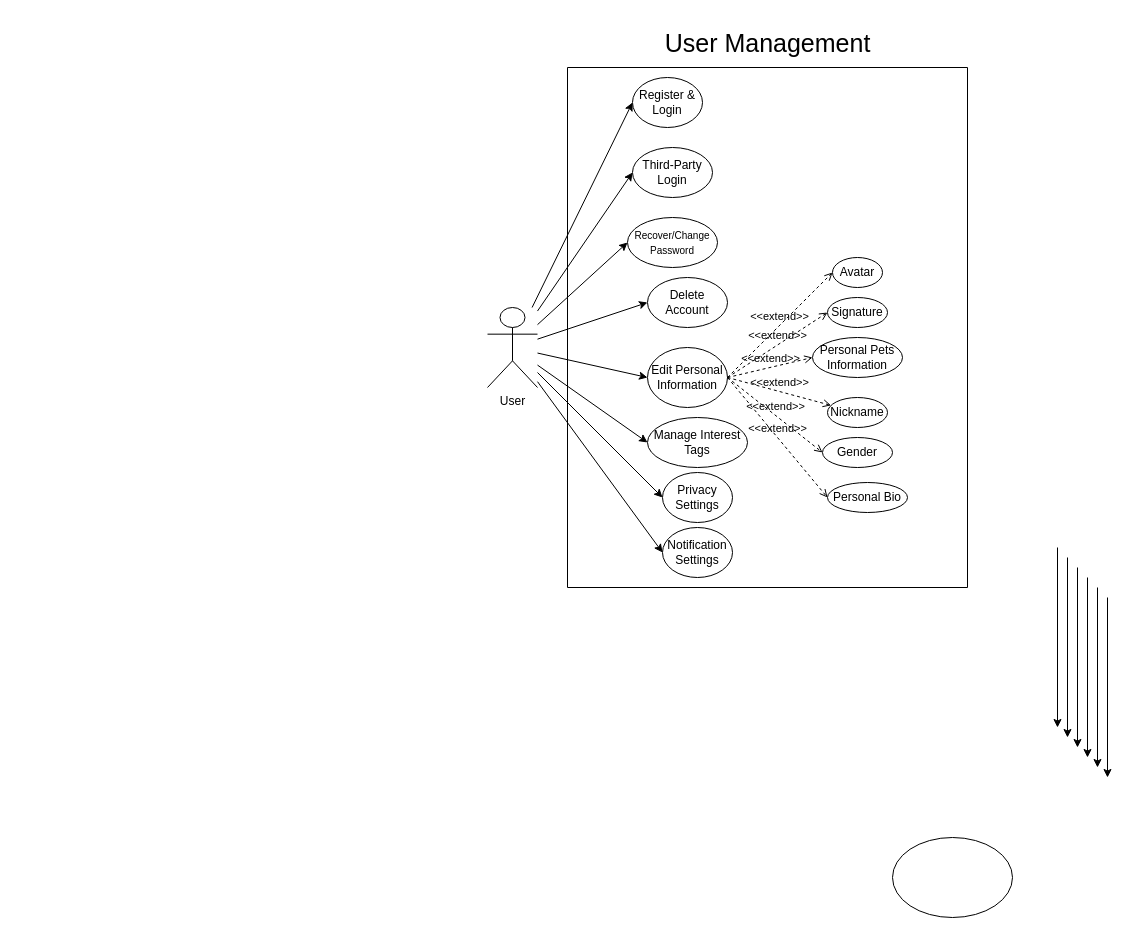
Above: 用例图.drawio in Beaulol/drawUseCase (draw.io), before the change. Source tidied: cells renumbered, new cells numbered last; positions are measured from the earlier drawing's top-left corner, leaving out a move shared by most shapes. Both pictures are drawn from the tidied source at 100%, with x=0, y=0 at pixel (487, 22).
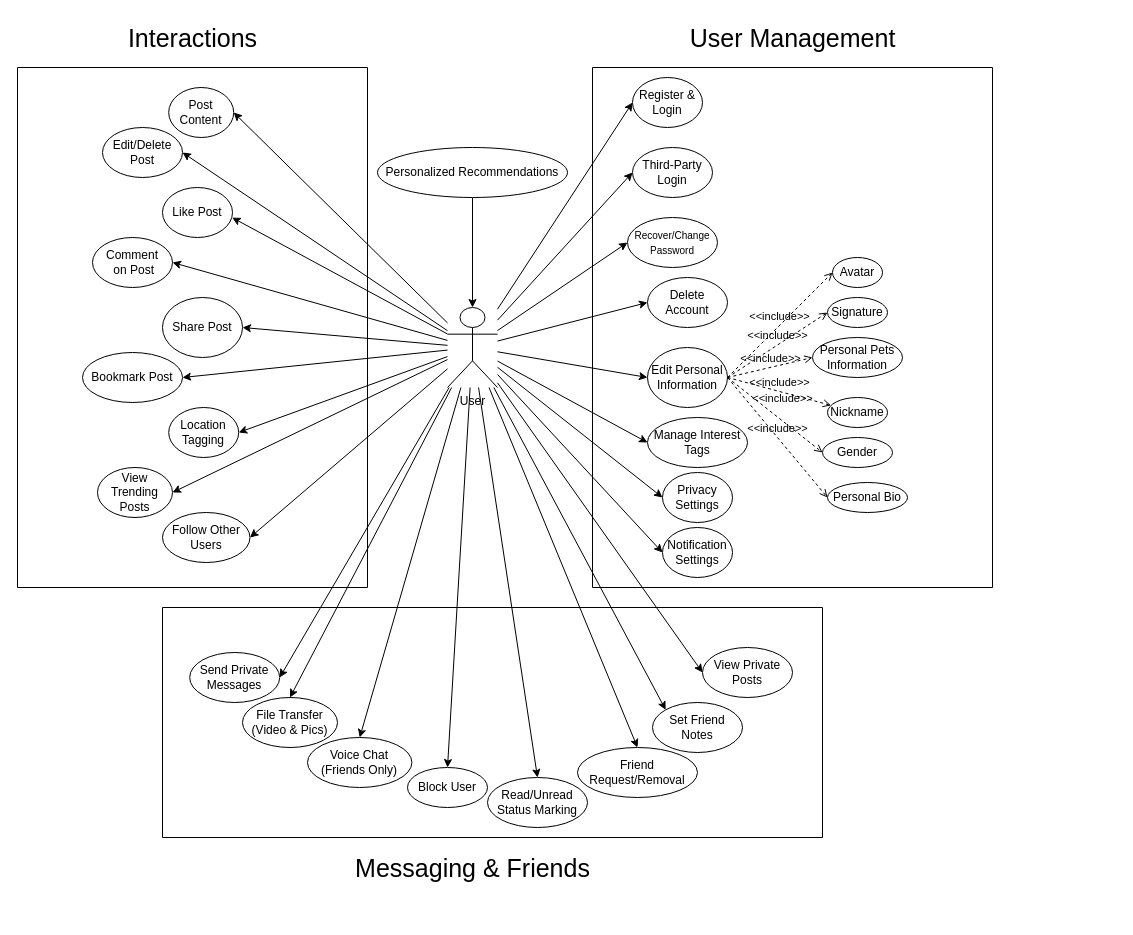
The same diagram, later.

Commit message:
更新用例图.drawio

The change refers to these unchanged cells:
```xml
<mxCell id="14" value="Edit Personal Information" style="ellipse;whiteSpace=wrap;html=1;" parent="1" vertex="1">
  <mxGeometry x="160" y="325" width="80" height="60" as="geometry" />
</mxCell>
<mxCell id="18" value="Nickname" style="ellipse;whiteSpace=wrap;html=1;" parent="1" vertex="1">
  <mxGeometry x="340" y="375" width="60" height="30" as="geometry" />
</mxCell>
<mxCell id="19" value="Avatar" style="ellipse;whiteSpace=wrap;html=1;" parent="1" vertex="1">
  <mxGeometry x="345" y="235" width="50" height="30" as="geometry" />
</mxCell>
<mxCell id="23" value="Signature" style="ellipse;whiteSpace=wrap;html=1;" parent="1" vertex="1">
  <mxGeometry x="340" y="275" width="60" height="30" as="geometry" />
</mxCell>
<mxCell id="24" value="Personal Pets Information" style="ellipse;whiteSpace=wrap;html=1;" parent="1" vertex="1">
  <mxGeometry x="325" y="315" width="90" height="40" as="geometry" />
</mxCell>
<mxCell id="26" value="Gender" style="ellipse;whiteSpace=wrap;html=1;" parent="1" vertex="1">
  <mxGeometry x="335" y="415" width="70" height="30" as="geometry" />
</mxCell>
<mxCell id="36" value="Personal Bio" style="ellipse;whiteSpace=wrap;html=1;" parent="1" vertex="1">
  <mxGeometry x="340" y="460" width="80" height="30" as="geometry" />
</mxCell>
```

What changed in the source:
```diff
@@
     <mxCell id="2" value="User&lt;div&gt;&lt;br&gt;&lt;/div&gt;" style="shape=umlActor;html=1;verticalLabelPosition=bottom;verticalAlign=top;align=center;" parent="1" vertex="1">
-      <mxGeometry y="285" width="50" height="80" as="geometry" />
+      <mxGeometry x="-40" y="285" width="50" height="80" as="geometry" />
     </mxCell>
-    <mxCell id="3" style="ellipse;whiteSpace=wrap;html=1;" parent="1" vertex="1">
-      <mxGeometry x="405" y="815" width="120" height="80" as="geometry" />
-    </mxCell>
@@
-    <mxCell id="5" style="edgeStyle=orthogonalEdgeStyle;rounded=0;orthogonalLoop=1;jettySize=auto;html=1;exitX=0.5;exitY=0.5;exitDx=0;exitDy=0;exitPerimeter=0;" parent="1" edge="1">
-      <mxGeometry relative="1" as="geometry">
-        <mxPoint x="570" y="525" as="sourcePoint" />
-        <mxPoint x="570" y="705" as="targetPoint" />
-      </mxGeometry>
-    </mxCell>
-    <mxCell id="6" style="edgeStyle=orthogonalEdgeStyle;rounded=0;orthogonalLoop=1;jettySize=auto;html=1;exitX=0.5;exitY=0.5;exitDx=0;exitDy=0;exitPerimeter=0;" parent="1" edge="1">
-      <mxGeometry relative="1" as="geometry">
-        <mxPoint x="580" y="535" as="sourcePoint" />
-        <mxPoint x="580" y="715" as="targetPoint" />
-      </mxGeometry>
-    </mxCell>
-    <mxCell id="7" style="edgeStyle=orthogonalEdgeStyle;rounded=0;orthogonalLoop=1;jettySize=auto;html=1;exitX=0.5;exitY=0.5;exitDx=0;exitDy=0;exitPerimeter=0;" parent="1" edge="1">
-      <mxGeometry relative="1" as="geometry">
-        <mxPoint x="590" y="545" as="sourcePoint" />
-        <mxPoint x="590" y="725" as="targetPoint" />
-      </mxGeometry>
-    </mxCell>
-    <mxCell id="8" style="edgeStyle=orthogonalEdgeStyle;rounded=0;orthogonalLoop=1;jettySize=auto;html=1;exitX=0.5;exitY=0.5;exitDx=0;exitDy=0;exitPerimeter=0;" parent="1" edge="1">
-      <mxGeometry relative="1" as="geometry">
-        <mxPoint x="600" y="555" as="sourcePoint" />
-        <mxPoint x="600" y="735" as="targetPoint" />
-      </mxGeometry>
-    </mxCell>
-    <mxCell id="9" style="edgeStyle=orthogonalEdgeStyle;rounded=0;orthogonalLoop=1;jettySize=auto;html=1;exitX=0.5;exitY=0.5;exitDx=0;exitDy=0;exitPerimeter=0;" parent="1" edge="1">
-      <mxGeometry relative="1" as="geometry">
-        <mxPoint x="610" y="565" as="sourcePoint" />
-        <mxPoint x="610" y="745" as="targetPoint" />
-      </mxGeometry>
-    </mxCell>
-    <mxCell id="10" style="edgeStyle=orthogonalEdgeStyle;rounded=0;orthogonalLoop=1;jettySize=auto;html=1;exitX=0.5;exitY=0.5;exitDx=0;exitDy=0;exitPerimeter=0;" parent="1" edge="1">
-      <mxGeometry relative="1" as="geometry">
-        <mxPoint x="620" y="575" as="sourcePoint" />
-        <mxPoint x="620" y="755" as="targetPoint" />
-      </mxGeometry>
-    </mxCell>
@@
     <mxCell id="12" style="verticalLabelPosition=bottom;verticalAlign=top;html=1;shape=mxgraph.basic.rect;fillColor2=none;strokeWidth=1;size=20;indent=5;fillColor=none;" parent="1" vertex="1">
-      <mxGeometry x="80" y="45" width="400" height="520" as="geometry" />
+      <mxGeometry x="105" y="45" width="400" height="520" as="geometry" />
     </mxCell>
     <mxCell id="13" value="&lt;font style=&quot;font-size: 25px;&quot;&gt;User Management&lt;/font&gt;" style="text;html=1;align=center;verticalAlign=middle;strokeColor=none;fillColor=none;" parent="1" vertex="1">
-      <mxGeometry x="165" width="230" height="40" as="geometry" />
+      <mxGeometry x="190" y="-5" width="230" height="40" as="geometry" />
     </mxCell>
@@
-    <mxCell id="17" value="&amp;lt;&amp;lt;extend&amp;gt;&amp;gt;" style="html=1;verticalAlign=bottom;labelBackgroundColor=none;endArrow=open;endFill=0;dashed=1;rounded=0;exitX=1;exitY=0.5;exitDx=0;exitDy=0;" parent="1" edge="1" source="14" target="18">
+    <mxCell id="17" value="&amp;lt;&amp;lt;include&amp;gt;&amp;gt;" style="html=1;verticalAlign=bottom;labelBackgroundColor=none;endArrow=open;endFill=0;dashed=1;rounded=0;exitX=1;exitY=0.5;exitDx=0;exitDy=0;" parent="1" edge="1" source="14" target="18">
       <mxGeometry relative="1" as="geometry" />
     </mxCell>
@@
-    <mxCell id="20" value="&amp;lt;&amp;lt;extend&amp;gt;&amp;gt;" style="html=1;verticalAlign=bottom;labelBackgroundColor=none;endArrow=open;endFill=0;dashed=1;rounded=0;exitX=1;exitY=0.5;exitDx=0;exitDy=0;entryX=0;entryY=0.5;entryDx=0;entryDy=0;" parent="1" edge="1" source="14" target="23">
+    <mxCell id="20" value="&amp;lt;&amp;lt;include&amp;gt;&amp;gt;" style="html=1;verticalAlign=bottom;labelBackgroundColor=none;endArrow=open;endFill=0;dashed=1;rounded=0;exitX=1;exitY=0.5;exitDx=0;exitDy=0;entryX=0;entryY=0.5;entryDx=0;entryDy=0;" parent="1" edge="1" source="14" target="23">
       <mxGeometry relative="1" as="geometry" />
     </mxCell>
-    <mxCell id="21" value="&amp;lt;&amp;lt;extend&amp;gt;&amp;gt;" style="html=1;verticalAlign=bottom;labelBackgroundColor=none;endArrow=open;endFill=0;dashed=1;rounded=0;entryX=0;entryY=0.5;entryDx=0;entryDy=0;exitX=1;exitY=0.5;exitDx=0;exitDy=0;" parent="1" edge="1" source="14" target="24">
+    <mxCell id="21" value="&amp;lt;&amp;lt;include&amp;gt;&amp;gt;" style="html=1;verticalAlign=bottom;labelBackgroundColor=none;endArrow=open;endFill=0;dashed=1;rounded=0;entryX=0;entryY=0.5;entryDx=0;entryDy=0;exitX=1;exitY=0.5;exitDx=0;exitDy=0;" parent="1" edge="1" source="14" target="24">
       <mxGeometry relative="1" as="geometry" />
     </mxCell>
-    <mxCell id="22" value="&amp;lt;&amp;lt;extend&amp;gt;&amp;gt;" style="html=1;verticalAlign=bottom;labelBackgroundColor=none;endArrow=open;endFill=0;dashed=1;rounded=0;exitX=1;exitY=0.5;exitDx=0;exitDy=0;entryX=0;entryY=0.5;entryDx=0;entryDy=0;" parent="1" edge="1" source="14" target="19">
+    <mxCell id="22" value="&amp;lt;&amp;lt;include&amp;gt;&amp;gt;" style="html=1;verticalAlign=bottom;labelBackgroundColor=none;endArrow=open;endFill=0;dashed=1;rounded=0;exitX=1;exitY=0.5;exitDx=0;exitDy=0;entryX=0;entryY=0.5;entryDx=0;entryDy=0;" parent="1" edge="1" source="14" target="19">
       <mxGeometry relative="1" as="geometry" />
     </mxCell>
@@
-    <mxCell id="25" value="&amp;lt;&amp;lt;extend&amp;gt;&amp;gt;" style="html=1;verticalAlign=bottom;labelBackgroundColor=none;endArrow=open;endFill=0;dashed=1;rounded=0;entryX=0;entryY=0.5;entryDx=0;entryDy=0;" parent="1" edge="1" target="26">
-      <mxGeometry relative="1" as="geometry">
+    <mxCell id="25" value="&amp;lt;&amp;lt;include&amp;gt;&amp;gt;" style="html=1;verticalAlign=bottom;labelBackgroundColor=none;endArrow=open;endFill=0;dashed=1;rounded=0;entryX=0;entryY=0.5;entryDx=0;entryDy=0;" parent="1" edge="1" target="26">
+      <mxGeometry x="0.02" y="11" relative="1" as="geometry">
         <mxPoint x="240" y="355" as="sourcePoint" />
       </mxGeometry>
     </mxCell>
@@
-    <mxCell id="35" value="&amp;lt;&amp;lt;extend&amp;gt;&amp;gt;" style="html=1;verticalAlign=bottom;labelBackgroundColor=none;endArrow=open;endFill=0;dashed=1;rounded=0;exitX=1;exitY=0.5;exitDx=0;exitDy=0;entryX=0;entryY=0.5;entryDx=0;entryDy=0;" parent="1" edge="1" source="14" target="36">
+    <mxCell id="35" value="&amp;lt;&amp;lt;include&amp;gt;&amp;gt;" style="html=1;verticalAlign=bottom;labelBackgroundColor=none;endArrow=open;endFill=0;dashed=1;rounded=0;exitX=1;exitY=0.5;exitDx=0;exitDy=0;entryX=0;entryY=0.5;entryDx=0;entryDy=0;" parent="1" edge="1" source="14" target="36">
       <mxGeometry relative="1" as="geometry" />
     </mxCell>
@@
+    <mxCell id="40" value="Post Content" style="ellipse;whiteSpace=wrap;html=1;" parent="1" vertex="1">
+      <mxGeometry x="-318.8" y="65" width="65" height="50" as="geometry" />
+    </mxCell>
+    <mxCell id="41" value="Edit/Delete Post" style="ellipse;whiteSpace=wrap;html=1;" parent="1" vertex="1">
+      <mxGeometry x="-385" y="105" width="80" height="50" as="geometry" />
+    </mxCell>
+    <mxCell id="42" value="Share Post" style="ellipse;whiteSpace=wrap;html=1;" parent="1" vertex="1">
+      <mxGeometry x="-325" y="275" width="80" height="60" as="geometry" />
+    </mxCell>
+    <mxCell id="43" value="&lt;font&gt;Like Post&lt;/font&gt;" style="ellipse;whiteSpace=wrap;html=1;" parent="1" vertex="1">
+      <mxGeometry x="-325" y="165" width="70" height="50" as="geometry" />
+    </mxCell>
+    <mxCell id="44" value="Comment&lt;div&gt;&amp;nbsp;on Post&lt;/div&gt;" style="ellipse;whiteSpace=wrap;html=1;" parent="1" vertex="1">
+      <mxGeometry x="-395" y="215" width="80" height="50" as="geometry" />
+    </mxCell>
+    <mxCell id="45" value="Bookmark Post" style="ellipse;whiteSpace=wrap;html=1;" parent="1" vertex="1">
+      <mxGeometry x="-405" y="330" width="100" height="50" as="geometry" />
+    </mxCell>
+    <mxCell id="46" value="Location Tagging" style="ellipse;whiteSpace=wrap;html=1;" parent="1" vertex="1">
+      <mxGeometry x="-318.8" y="385" width="70" height="50" as="geometry" />
+    </mxCell>
+    <mxCell id="47" style="edgeStyle=orthogonalEdgeStyle;rounded=0;jettySize=auto;html=1;" parent="1" edge="1" source="48" target="2">
+      <mxGeometry relative="1" as="geometry" />
+    </mxCell>
+    <mxCell id="48" value="Personalized Recommendations" style="ellipse;whiteSpace=wrap;html=1;" parent="1" vertex="1">
+      <mxGeometry x="-110" y="125" width="190" height="50" as="geometry" />
+    </mxCell>
+    <mxCell id="49" value="View Trending Posts" style="ellipse;whiteSpace=wrap;html=1;" parent="1" vertex="1">
+      <mxGeometry x="-390" y="445" width="75" height="50" as="geometry" />
+    </mxCell>
+    <mxCell id="50" value="Follow Other Users" style="ellipse;whiteSpace=wrap;html=1;" parent="1" vertex="1">
+      <mxGeometry x="-325" y="490" width="87.5" height="50" as="geometry" />
+    </mxCell>
+    <mxCell id="51" style="endArrow=classic;html=1;rounded=0;entryX=1;entryY=0.5;entryDx=0;entryDy=0;" parent="1" edge="1" source="2" target="50">
+      <mxGeometry relative="1" as="geometry" />
+    </mxCell>
+    <mxCell id="52" style="endArrow=classic;html=1;rounded=0;entryX=1;entryY=0.5;entryDx=0;entryDy=0;" parent="1" edge="1" source="2" target="49">
+      <mxGeometry relative="1" as="geometry" />
+    </mxCell>
+    <mxCell id="53" style="endArrow=classic;html=1;rounded=0;entryX=1;entryY=0.5;entryDx=0;entryDy=0;" parent="1" edge="1" source="2" target="46">
+      <mxGeometry relative="1" as="geometry" />
+    </mxCell>
+    <mxCell id="54" style="endArrow=classic;html=1;rounded=0;entryX=1;entryY=0.5;entryDx=0;entryDy=0;" parent="1" edge="1" source="2" target="45">
+      <mxGeometry relative="1" as="geometry" />
+    </mxCell>
+    <mxCell id="55" style="endArrow=classic;html=1;rounded=0;entryX=1;entryY=0.5;entryDx=0;entryDy=0;" parent="1" edge="1" source="2" target="42">
+      <mxGeometry relative="1" as="geometry" />
+    </mxCell>
+    <mxCell id="56" style="endArrow=classic;html=1;rounded=0;entryX=1;entryY=0.5;entryDx=0;entryDy=0;" parent="1" edge="1" source="2" target="44">
+      <mxGeometry relative="1" as="geometry" />
+    </mxCell>
+    <mxCell id="57" style="endArrow=classic;html=1;rounded=0;entryX=0.995;entryY=0.602;entryDx=0;entryDy=0;entryPerimeter=0;" parent="1" edge="1" source="2" target="43">
+      <mxGeometry relative="1" as="geometry" />
+    </mxCell>
+    <mxCell id="58" style="endArrow=classic;html=1;rounded=0;entryX=1;entryY=0.5;entryDx=0;entryDy=0;" parent="1" edge="1" source="2" target="41">
+      <mxGeometry relative="1" as="geometry" />
+    </mxCell>
+    <mxCell id="59" style="endArrow=classic;html=1;rounded=0;entryX=1;entryY=0.5;entryDx=0;entryDy=0;" parent="1" edge="1" source="2" target="40">
+      <mxGeometry relative="1" as="geometry" />
+    </mxCell>
+    <mxCell id="60" style="verticalLabelPosition=bottom;verticalAlign=top;html=1;shape=mxgraph.basic.rect;fillColor2=none;strokeWidth=1;size=20;indent=5;fillColor=none;" parent="1" vertex="1">
+      <mxGeometry x="-470" y="45" width="350" height="520" as="geometry" />
+    </mxCell>
+    <mxCell id="61" value="Send Private Messages" style="ellipse;whiteSpace=wrap;html=1;" parent="1" vertex="1">
+      <mxGeometry x="-297.8" y="630" width="90" height="50" as="geometry" />
+    </mxCell>
+    <mxCell id="62" value="Voice Chat&lt;div&gt;(Friends Only)&lt;/div&gt;" style="ellipse;whiteSpace=wrap;html=1;" parent="1" vertex="1">
+      <mxGeometry x="-180" y="715" width="104.4" height="50" as="geometry" />
+    </mxCell>
+    <mxCell id="63" value="Block User" style="ellipse;whiteSpace=wrap;html=1;" parent="1" vertex="1">
+      <mxGeometry x="-80" y="745" width="80" height="40" as="geometry" />
+    </mxCell>
+    <mxCell id="64" value="&lt;font&gt;File Transfer&lt;/font&gt;&lt;div&gt;&lt;font&gt;(Video &amp;amp; Pics)&lt;/font&gt;&lt;/div&gt;" style="ellipse;whiteSpace=wrap;html=1;" parent="1" vertex="1">
+      <mxGeometry x="-245" y="675" width="95" height="50" as="geometry" />
+    </mxCell>
+    <mxCell id="65" value="Read/Unread Status Marking" style="ellipse;whiteSpace=wrap;html=1;" parent="1" vertex="1">
+      <mxGeometry y="755" width="100" height="50" as="geometry" />
+    </mxCell>
+    <mxCell id="66" value="Friend Request/Removal" style="ellipse;whiteSpace=wrap;html=1;" parent="1" vertex="1">
+      <mxGeometry x="90" y="725" width="120" height="50" as="geometry" />
+    </mxCell>
+    <mxCell id="67" value="Set Friend Notes" style="ellipse;whiteSpace=wrap;html=1;" parent="1" vertex="1">
+      <mxGeometry x="165" y="680" width="90" height="50" as="geometry" />
+    </mxCell>
+    <mxCell id="68" value="View Private Posts" style="ellipse;whiteSpace=wrap;html=1;" parent="1" vertex="1">
+      <mxGeometry x="215" y="625" width="90" height="50" as="geometry" />
+    </mxCell>
+    <mxCell id="69" value="&lt;font style=&quot;font-size: 25px;&quot;&gt;Interactions&lt;/font&gt;" style="text;html=1;align=center;verticalAlign=middle;strokeColor=none;fillColor=none;" parent="1" vertex="1">
+      <mxGeometry x="-370" y="-5" width="150" height="40" as="geometry" />
+    </mxCell>
+    <mxCell id="70" style="endArrow=classic;html=1;rounded=0;entryX=0.5;entryY=0;entryDx=0;entryDy=0;" parent="1" edge="1" source="2" target="63">
+      <mxGeometry relative="1" as="geometry" />
+    </mxCell>
+    <mxCell id="71" style="endArrow=classic;html=1;rounded=0;entryX=0.5;entryY=0;entryDx=0;entryDy=0;" parent="1" edge="1" source="2" target="65">
+      <mxGeometry relative="1" as="geometry" />
+    </mxCell>
+    <mxCell id="72" style="endArrow=classic;html=1;rounded=0;entryX=0.5;entryY=0;entryDx=0;entryDy=0;" parent="1" edge="1" source="2" target="66">
+      <mxGeometry relative="1" as="geometry" />
+    </mxCell>
+    <mxCell id="73" style="endArrow=classic;html=1;rounded=0;entryX=0;entryY=0;entryDx=0;entryDy=0;" parent="1" edge="1" source="2" target="67">
+      <mxGeometry relative="1" as="geometry" />
+    </mxCell>
+    <mxCell id="74" style="endArrow=classic;html=1;rounded=0;entryX=0;entryY=0.5;entryDx=0;entryDy=0;" parent="1" edge="1" source="2" target="68">
+      <mxGeometry relative="1" as="geometry" />
+    </mxCell>
+    <mxCell id="75" style="endArrow=classic;html=1;rounded=0;entryX=0.5;entryY=0;entryDx=0;entryDy=0;" parent="1" edge="1" source="2" target="64">
+      <mxGeometry relative="1" as="geometry" />
+    </mxCell>
+    <mxCell id="76" style="endArrow=classic;html=1;rounded=0;entryX=1;entryY=0.5;entryDx=0;entryDy=0;" parent="1" edge="1" source="2" target="61">
+      <mxGeometry relative="1" as="geometry" />
+    </mxCell>
+    <mxCell id="77" style="endArrow=classic;html=1;rounded=0;entryX=0.5;entryY=0;entryDx=0;entryDy=0;" parent="1" edge="1" source="2" target="62">
+      <mxGeometry relative="1" as="geometry" />
+    </mxCell>
+    <mxCell id="78" style="verticalLabelPosition=bottom;verticalAlign=top;html=1;shape=mxgraph.basic.rect;fillColor2=none;strokeWidth=1;size=20;indent=5;fillColor=none;" parent="1" vertex="1">
+      <mxGeometry x="-325" y="585" width="660" height="230" as="geometry" />
+    </mxCell>
+    <mxCell id="79" value="&lt;font style=&quot;font-size: 25px;&quot;&gt;Messaging &amp;amp; Friends&lt;/font&gt;" style="text;html=1;align=center;verticalAlign=middle;strokeColor=none;fillColor=none;" parent="1" vertex="1">
+      <mxGeometry x="-145" y="825" width="260" height="40" as="geometry" />
+    </mxCell>
```
